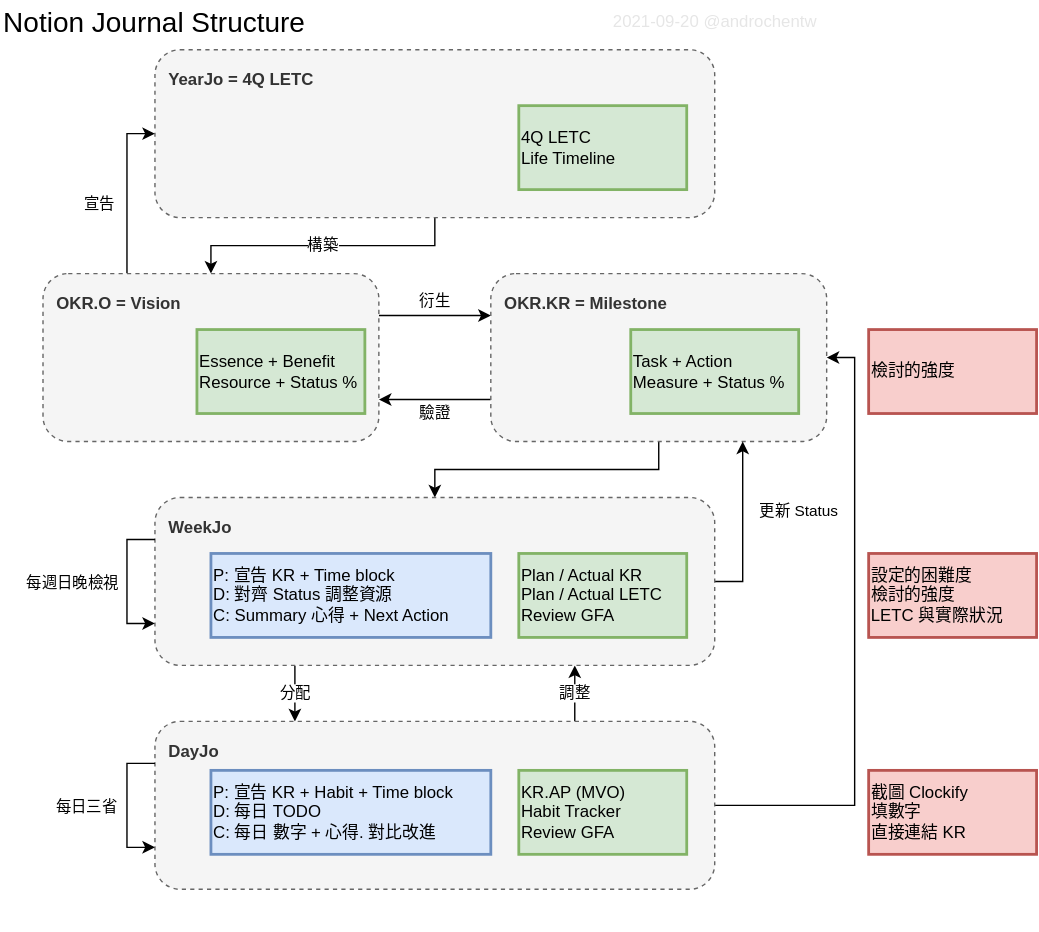
androchentw/diagrams-res keeps this draw.io diagram as 2021-09-20 Notion Journal Structure.svg. Above is the earlier version. Source tidied: cells renumbered, new cells last; positions are measured from the earlier drawing's top-left corner, leaving out a move shared by most shapes.
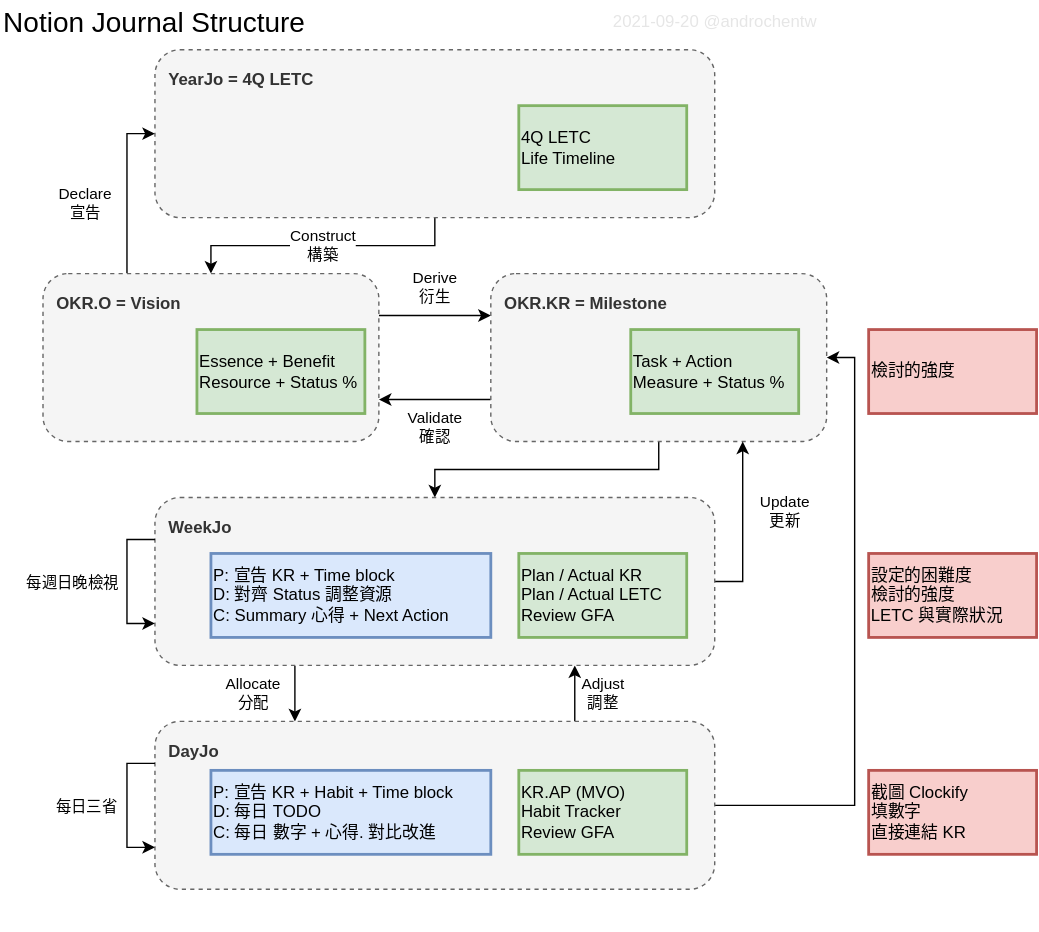
The same diagram one commit later.

The edit, as a diff of the source:
```diff
@@ -2,23 +2,28 @@
   <root>
     <mxCell id="0" />
     <mxCell id="1" parent="0" />
-    <mxCell id="2" value="構築" style="edgeStyle=orthogonalEdgeStyle;rounded=0;jettySize=auto;html=1;exitX=0.5;exitY=1;exitDx=0;exitDy=0;" parent="1" edge="1" source="3" target="6">
-      <mxGeometry relative="1" as="geometry" />
+    <mxCell id="2" value="Construct&lt;br&gt;構築" style="edgeStyle=orthogonalEdgeStyle;rounded=0;jettySize=auto;html=1;exitX=0.5;exitY=1;exitDx=0;exitDy=0;" parent="1" edge="1" source="3" target="6">
+      <mxGeometry relative="1" as="geometry">
+        <Array as="points">
+          <mxPoint x="310" y="175" />
+          <mxPoint x="150" y="175" />
+        </Array>
+      </mxGeometry>
     </mxCell>
     <mxCell id="3" value="YearJo = 4Q LETC" style="rounded=1;whiteSpace=wrap;html=1;fillColor=#f5f5f5;dashed=1;align=left;verticalAlign=top;spacingTop=0;spacing=10;strokeColor=#666666;fontColor=#333333;fontStyle=1;" parent="1" vertex="1">
       <mxGeometry x="110" y="35" width="400" height="120" as="geometry" />
     </mxCell>
-    <mxCell id="4" value="衍生" style="edgeStyle=orthogonalEdgeStyle;rounded=0;jettySize=auto;html=1;exitX=1;exitY=0.25;exitDx=0;exitDy=0;entryX=0;entryY=0.25;entryDx=0;entryDy=0;" parent="1" edge="1" source="6" target="9">
-      <mxGeometry y="10" relative="1" as="geometry" />
+    <mxCell id="4" value="Derive&lt;br&gt;衍生" style="edgeStyle=orthogonalEdgeStyle;rounded=0;jettySize=auto;html=1;exitX=1;exitY=0.25;exitDx=0;exitDy=0;entryX=0;entryY=0.25;entryDx=0;entryDy=0;" parent="1" edge="1" source="6" target="9">
+      <mxGeometry y="20" relative="1" as="geometry" />
     </mxCell>
-    <mxCell id="5" value="宣告" style="edgeStyle=orthogonalEdgeStyle;rounded=0;jettySize=auto;html=1;exitX=0.25;exitY=0;exitDx=0;exitDy=0;entryX=0;entryY=0.5;entryDx=0;entryDy=0;" parent="1" edge="1" source="6" target="3">
-      <mxGeometry x="-0.17" y="20" relative="1" as="geometry" />
+    <mxCell id="5" value="Declare&lt;br&gt;宣告" style="edgeStyle=orthogonalEdgeStyle;rounded=0;jettySize=auto;html=1;exitX=0.25;exitY=0;exitDx=0;exitDy=0;entryX=0;entryY=0.5;entryDx=0;entryDy=0;" parent="1" edge="1" source="6" target="3">
+      <mxGeometry x="-0.17" y="30" relative="1" as="geometry" />
     </mxCell>
     <mxCell id="6" value="OKR.O = Vision" style="rounded=1;whiteSpace=wrap;html=1;fillColor=#f5f5f5;dashed=1;align=left;verticalAlign=top;spacingTop=0;spacing=10;strokeColor=#666666;fontColor=#333333;fontStyle=1;" parent="1" vertex="1">
       <mxGeometry x="30" y="195" width="240" height="120" as="geometry" />
     </mxCell>
-    <mxCell id="7" value="驗證" style="edgeStyle=orthogonalEdgeStyle;rounded=0;jettySize=auto;html=1;exitX=0;exitY=0.75;exitDx=0;exitDy=0;entryX=1;entryY=0.75;entryDx=0;entryDy=0;" parent="1" edge="1" source="9" target="6">
-      <mxGeometry y="10" relative="1" as="geometry" />
+    <mxCell id="7" value="Validate&lt;br&gt;確認" style="edgeStyle=orthogonalEdgeStyle;rounded=0;jettySize=auto;html=1;exitX=0;exitY=0.75;exitDx=0;exitDy=0;entryX=1;entryY=0.75;entryDx=0;entryDy=0;" parent="1" edge="1" source="9" target="6">
+      <mxGeometry y="20" relative="1" as="geometry" />
     </mxCell>
     <mxCell id="8" style="edgeStyle=orthogonalEdgeStyle;rounded=0;jettySize=auto;html=1;exitX=0.5;exitY=1;exitDx=0;exitDy=0;entryX=0.5;entryY=0;entryDx=0;entryDy=0;" parent="1" edge="1" source="9" target="24">
       <mxGeometry relative="1" as="geometry" />
@@ -26,14 +31,14 @@
     <mxCell id="9" value="OKR.KR = Milestone" style="rounded=1;whiteSpace=wrap;html=1;fillColor=#f5f5f5;dashed=1;align=left;verticalAlign=top;spacingTop=0;spacing=10;strokeColor=#666666;fontColor=#333333;fontStyle=1;" parent="1" vertex="1">
       <mxGeometry x="350" y="195" width="240" height="120" as="geometry" />
     </mxCell>
-    <mxCell id="10" value="分配" style="edgeStyle=orthogonalEdgeStyle;rounded=0;jettySize=auto;html=1;exitX=0.25;exitY=1;exitDx=0;exitDy=0;entryX=0.25;entryY=0;entryDx=0;entryDy=0;" parent="1" edge="1" source="24" target="19">
-      <mxGeometry relative="1" as="geometry" />
+    <mxCell id="10" value="Allocate&lt;br&gt;分配" style="edgeStyle=orthogonalEdgeStyle;rounded=0;jettySize=auto;html=1;exitX=0.25;exitY=1;exitDx=0;exitDy=0;entryX=0.25;entryY=0;entryDx=0;entryDy=0;" parent="1" edge="1" source="24" target="19">
+      <mxGeometry y="-30" relative="1" as="geometry" />
     </mxCell>
-    <mxCell id="11" value="調整" style="edgeStyle=orthogonalEdgeStyle;rounded=0;jettySize=auto;html=1;exitX=0.75;exitY=0;exitDx=0;exitDy=0;entryX=0.75;entryY=1;entryDx=0;entryDy=0;" parent="1" edge="1" source="19" target="24">
-      <mxGeometry relative="1" as="geometry" />
+    <mxCell id="11" value="Adjust&lt;br&gt;調整" style="edgeStyle=orthogonalEdgeStyle;rounded=0;jettySize=auto;html=1;exitX=0.75;exitY=0;exitDx=0;exitDy=0;entryX=0.75;entryY=1;entryDx=0;entryDy=0;" parent="1" edge="1" source="19" target="24">
+      <mxGeometry y="-20" relative="1" as="geometry" />
     </mxCell>
-    <mxCell id="12" value="更新 Status" style="edgeStyle=orthogonalEdgeStyle;rounded=0;jettySize=auto;html=1;exitX=1;exitY=0.5;exitDx=0;exitDy=0;entryX=0.75;entryY=1;entryDx=0;entryDy=0;" parent="1" edge="1" source="24" target="9">
-      <mxGeometry x="0.17" y="-40" relative="1" as="geometry" />
+    <mxCell id="12" value="Update&lt;br&gt;更新" style="edgeStyle=orthogonalEdgeStyle;rounded=0;jettySize=auto;html=1;exitX=1;exitY=0.5;exitDx=0;exitDy=0;entryX=0.75;entryY=1;entryDx=0;entryDy=0;" parent="1" edge="1" source="24" target="9">
+      <mxGeometry x="0.17" y="-30" relative="1" as="geometry" />
     </mxCell>
     <mxCell id="13" value="2021-09-20 @androchentw" style="text;html=1;align=center;verticalAlign=middle;strokeColor=none;fontColor=#E6E6E6;" parent="1" vertex="1">
       <mxGeometry x="430" y="5" width="160" height="20" as="geometry" />
```
